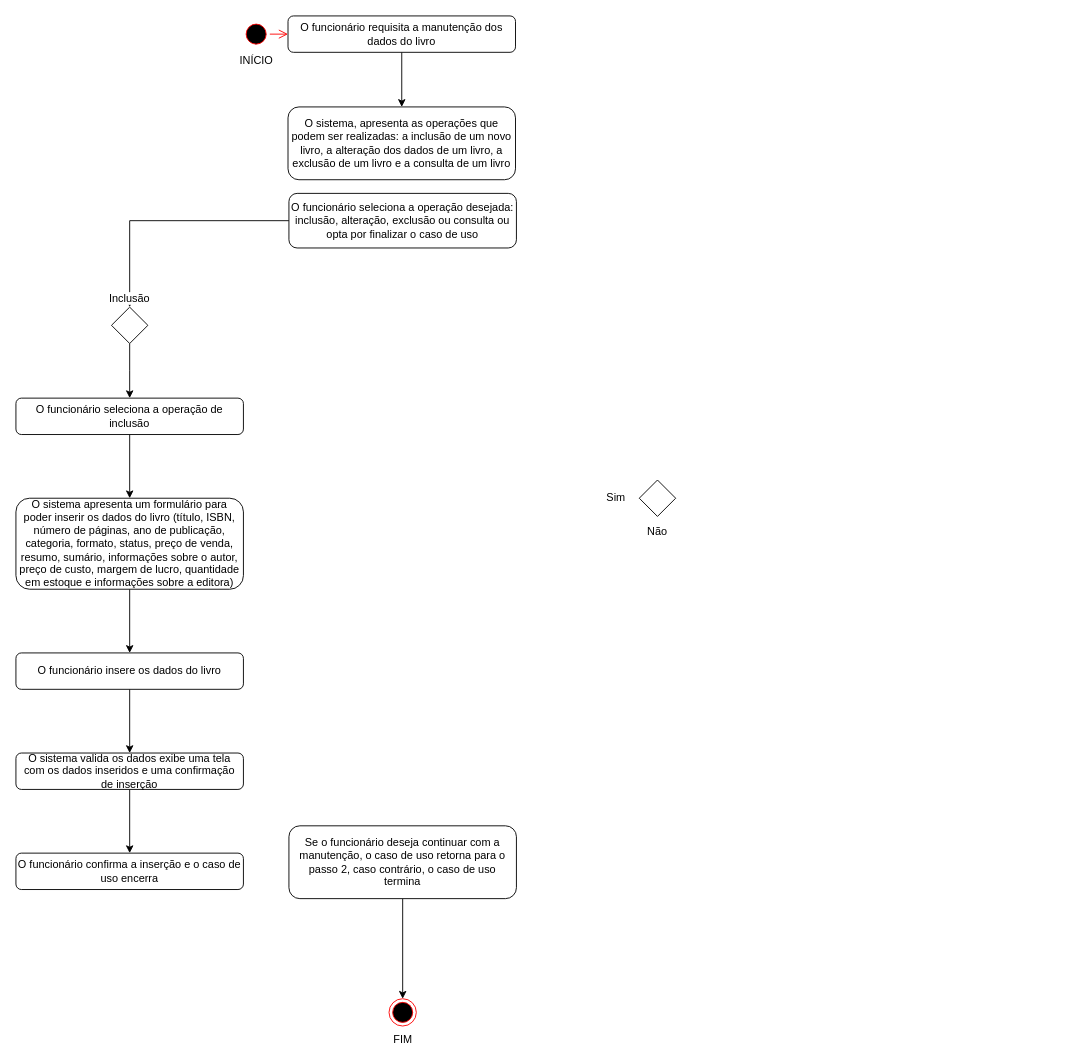
The draw.io diagram Diagramas de atividade/Caso de uso 05.drawio in d4vwdi/engenharia-software, before the edit. Source tidied: cells renumbered, new cells numbered last; positions are measured from the earlier drawing's top-left corner, leaving out a move shared by most shapes. Both pictures are drawn from the tidied source at 91%, with x=0, y=0 at pixel (15, 15).
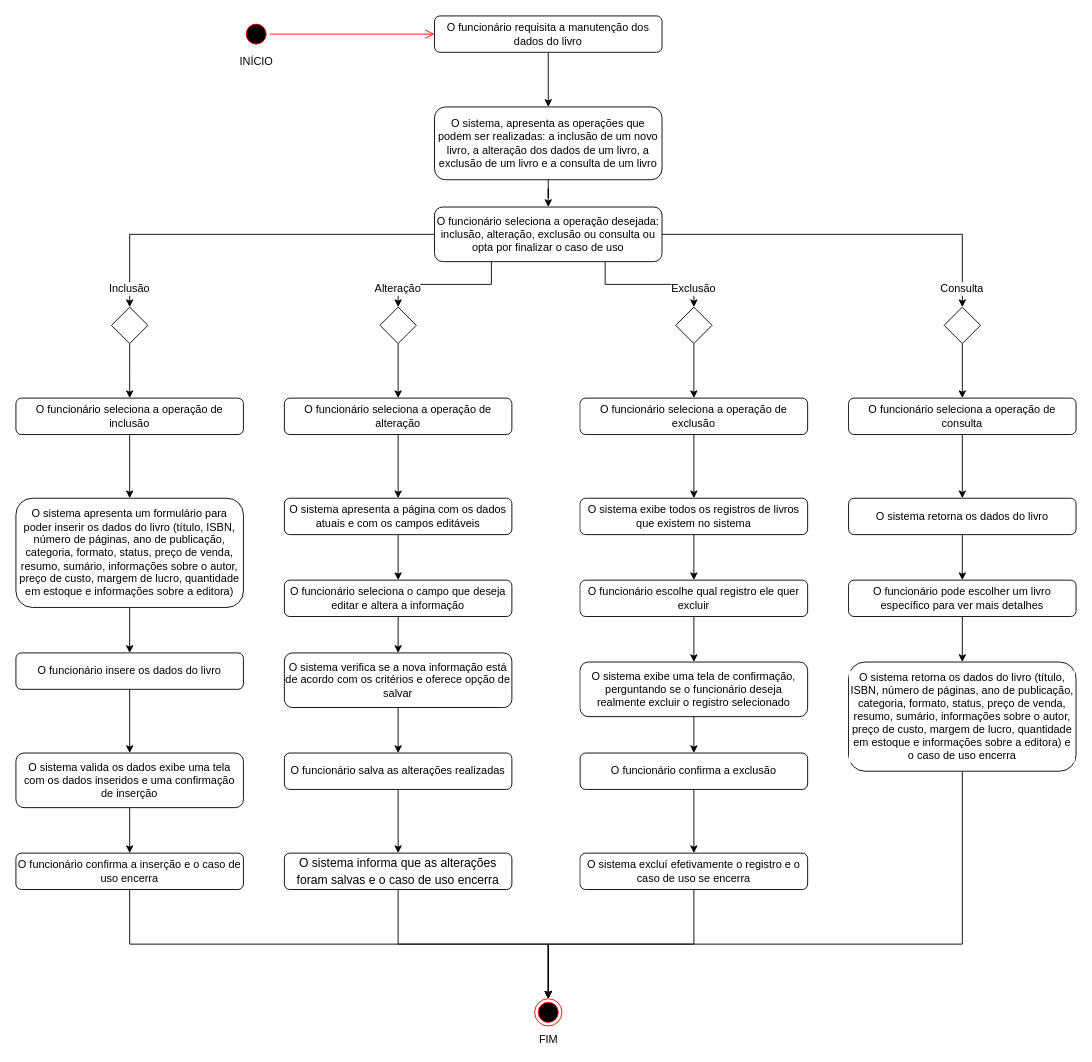
The same diagram, later.

Diff of the diagram source:
```diff
@@
-    <mxCell id="2" value="INÍCIO" style="ellipse;html=1;shape=startState;fillColor=#000000;strokeColor=#ff0000;labelPosition=center;verticalLabelPosition=bottom;align=center;verticalAlign=top;" parent="1" vertex="1">
+    <mxCell id="2" value="INÍCIO" style="ellipse;html=1;shape=startState;fillColor=#000000;strokeColor=#ff0000;labelPosition=center;verticalLabelPosition=bottom;align=center;verticalAlign=middle;" parent="1" vertex="1">
       <mxGeometry x="249" y="5" width="30" height="30" as="geometry" />
     </mxCell>
-    <mxCell id="3" style="edgeStyle=orthogonalEdgeStyle;html=1;verticalAlign=bottom;endArrow=open;endSize=8;strokeColor=#ff0000;rounded=0;entryX=0;entryY=0.5;entryDx=0;entryDy=0;" parent="1" edge="1" source="2" target="5">
+    <mxCell id="3" style="edgeStyle=orthogonalEdgeStyle;html=1;verticalAlign=middle;endArrow=open;endSize=8;strokeColor=#ff0000;rounded=0;entryX=0;entryY=0.5;entryDx=0;entryDy=0;align=center;" parent="1" edge="1" source="2" target="5">
       <mxGeometry relative="1" as="geometry" />
     </mxCell>
-    <mxCell id="4" style="edgeStyle=orthogonalEdgeStyle;rounded=0;jettySize=auto;html=1;" parent="1" edge="1" source="5" target="13">
+    <mxCell id="4" style="edgeStyle=orthogonalEdgeStyle;rounded=0;jettySize=auto;html=1;verticalAlign=middle;align=center;" parent="1" edge="1" source="5" target="13">
       <mxGeometry relative="1" as="geometry" />
     </mxCell>
-    <mxCell id="5" value="O funcionário requisita a manutenção dos dados do livro" style="rounded=1;whiteSpace=wrap;html=1;" parent="1" vertex="1">
-      <mxGeometry x="299" width="250" height="40" as="geometry" />
+    <mxCell id="5" value="O funcionário requisita a manutenção dos dados do livro" style="rounded=1;whiteSpace=wrap;html=1;verticalAlign=middle;align=center;" parent="1" vertex="1">
+      <mxGeometry x="460" width="250" height="40" as="geometry" />
     </mxCell>
-    <mxCell id="6" style="edgeStyle=orthogonalEdgeStyle;rounded=0;jettySize=auto;html=1;entryX=0.5;entryY=0;entryDx=0;entryDy=0;" parent="1" edge="1" source="7" target="15">
+    <mxCell id="6" style="edgeStyle=orthogonalEdgeStyle;rounded=0;jettySize=auto;html=1;entryX=0.5;entryY=0;entryDx=0;entryDy=0;verticalAlign=middle;align=center;" parent="1" edge="1" source="7" target="15">
       <mxGeometry relative="1" as="geometry" />
     </mxCell>
+    <mxCell id="25" style="edgeStyle=orthogonalEdgeStyle;rounded=0;jettySize=auto;html=1;exitX=0.25;exitY=1;exitDx=0;exitDy=0;verticalAlign=middle;align=center;" parent="1" edge="1" source="7" target="31">
+      <mxGeometry relative="1" as="geometry" />
+    </mxCell>
+    <mxCell id="26" style="edgeStyle=orthogonalEdgeStyle;rounded=0;jettySize=auto;html=1;exitX=0.75;exitY=1;exitDx=0;exitDy=0;entryX=0.5;entryY=0;entryDx=0;entryDy=0;verticalAlign=middle;align=center;" parent="1" edge="1" source="7" target="45">
+      <mxGeometry relative="1" as="geometry" />
+    </mxCell>
+    <mxCell id="27" style="edgeStyle=orthogonalEdgeStyle;rounded=0;jettySize=auto;html=1;entryX=0.5;entryY=0;entryDx=0;entryDy=0;" parent="1" edge="1" source="7" target="59">
+      <mxGeometry relative="1" as="geometry" />
+    </mxCell>
-    <mxCell id="7" value="O funcionário seleciona a operação desejada: inclusão, alteração, exclusão ou consulta ou opta por finalizar o caso de uso" style="rounded=1;whiteSpace=wrap;html=1;" parent="1" vertex="1">
-      <mxGeometry x="300" y="195" width="250" height="60" as="geometry" />
+    <mxCell id="7" value="O funcionário seleciona a operação desejada: inclusão, alteração, exclusão ou consulta ou opta por finalizar o caso de uso" style="rounded=1;whiteSpace=wrap;html=1;verticalAlign=middle;align=center;" parent="1" vertex="1">
+      <mxGeometry x="460" y="210" width="250" height="60" as="geometry" />
     </mxCell>
-    <mxCell id="8" style="edgeStyle=orthogonalEdgeStyle;rounded=0;jettySize=auto;html=1;" parent="1" edge="1" source="9" target="11">
-      <mxGeometry relative="1" as="geometry" />
-    </mxCell>
-    <mxCell id="9" value="Se o funcionário deseja continuar com a manutenção, o caso de uso retorna para o passo 2, caso contrário, o caso de uso termina" style="rounded=1;whiteSpace=wrap;html=1;" parent="1" vertex="1">
-      <mxGeometry x="300" y="890" width="250" height="80" as="geometry" />
-    </mxCell>
-    <mxCell id="10" value="Não&#10;" style="strokeWidth=1;shape=mxgraph.flowchart.decision;verticalAlign=top;labelPosition=center;verticalLabelPosition=bottom;align=center;spacing=5;labelBackgroundColor=default;strokeColor=default;shadow=0;" parent="1" vertex="1">
-      <mxGeometry x="685" y="510" width="40" height="40" as="geometry" />
-    </mxCell>
     <mxCell id="11" value="&lt;div&gt;FIM&lt;/div&gt;" style="ellipse;html=1;shape=endState;fillColor=#000000;strokeColor=#ff0000;align=center;verticalAlign=middle;labelPosition=center;verticalLabelPosition=bottom;" parent="1" vertex="1">
-      <mxGeometry x="410" y="1080" width="30" height="30" as="geometry" />
+      <mxGeometry x="570" y="1080" width="30" height="30" as="geometry" />
     </mxCell>
-    <mxCell id="12" value="Sim" style="text;html=1;strokeColor=none;fillColor=none;align=right;verticalAlign=middle;whiteSpace=wrap;rounded=0;labelBackgroundColor=default;spacing=5;fontSize=12;textDirection=ltr;labelPosition=left;verticalLabelPosition=middle;" parent="1" vertex="1">
-      <mxGeometry x="675" y="515" width="60" height="30" as="geometry" />
-    </mxCell>
+    <mxCell id="28" style="edgeStyle=orthogonalEdgeStyle;rounded=0;jettySize=auto;html=1;verticalAlign=middle;align=center;" parent="1" edge="1" source="13" target="7">
+      <mxGeometry relative="1" as="geometry" />
+    </mxCell>
-    <mxCell id="13" value="O sistema, apresenta as operações que podem ser realizadas: a inclusão de um novo livro, a alteração dos dados de um livro, a exclusão de um livro e a consulta de um livro" style="rounded=1;whiteSpace=wrap;html=1;" parent="1" vertex="1">
-      <mxGeometry x="299" y="100" width="250" height="80" as="geometry" />
+    <mxCell id="13" value="O sistema, apresenta as operações que podem ser realizadas: a inclusão de um novo livro, a alteração dos dados de um livro, a exclusão de um livro e a consulta de um livro" style="rounded=1;whiteSpace=wrap;html=1;verticalAlign=middle;align=center;" parent="1" vertex="1">
+      <mxGeometry x="460" y="100" width="250" height="80" as="geometry" />
     </mxCell>
-    <mxCell id="14" style="edgeStyle=orthogonalEdgeStyle;rounded=0;jettySize=auto;html=1;" parent="1" edge="1" source="15">
+    <mxCell id="14" style="edgeStyle=orthogonalEdgeStyle;rounded=0;jettySize=auto;html=1;verticalAlign=middle;align=center;" parent="1" edge="1" source="15">
       <mxGeometry relative="1" as="geometry">
         <mxPoint x="125" y="420" as="targetPoint" />
       </mxGeometry>
     </mxCell>
-    <mxCell id="15" value="Inclusão" style="rhombus;whiteSpace=wrap;html=1;labelPosition=center;verticalLabelPosition=top;align=center;verticalAlign=bottom;labelBackgroundColor=default;" parent="1" vertex="1">
+    <mxCell id="15" value="Inclusão" style="rhombus;whiteSpace=wrap;html=1;labelPosition=center;verticalLabelPosition=top;align=center;verticalAlign=middle;labelBackgroundColor=default;" parent="1" vertex="1">
       <mxGeometry x="105" y="320" width="40" height="40" as="geometry" />
     </mxCell>
-    <mxCell id="16" style="edgeStyle=orthogonalEdgeStyle;rounded=0;jettySize=auto;html=1;" parent="1" edge="1" source="17" target="19">
+    <mxCell id="16" style="edgeStyle=orthogonalEdgeStyle;rounded=0;jettySize=auto;html=1;verticalAlign=middle;align=center;" parent="1" edge="1" source="17" target="19">
       <mxGeometry relative="1" as="geometry" />
     </mxCell>
-    <mxCell id="17" value="O funcionário seleciona a operação de inclusão" style="rounded=1;whiteSpace=wrap;html=1;" parent="1" vertex="1">
+    <mxCell id="17" value="O funcionário seleciona a operação de inclusão" style="rounded=1;whiteSpace=wrap;html=1;verticalAlign=middle;align=center;" parent="1" vertex="1">
       <mxGeometry y="420" width="250" height="40" as="geometry" />
     </mxCell>
-    <mxCell id="18" style="edgeStyle=orthogonalEdgeStyle;rounded=0;jettySize=auto;html=1;" parent="1" edge="1" source="19" target="21">
+    <mxCell id="18" style="edgeStyle=orthogonalEdgeStyle;rounded=0;jettySize=auto;html=1;verticalAlign=middle;align=center;" parent="1" edge="1" source="19" target="21">
       <mxGeometry relative="1" as="geometry" />
     </mxCell>
-    <mxCell id="19" value="O sistema apresenta um formulário para poder inserir os dados do livro (título, ISBN, número de páginas, ano de publicação, categoria, formato, status, preço de venda, resumo, sumário, informações sobre o autor, preço de custo, margem de lucro, quantidade em estoque e informações sobre a editora)" style="rounded=1;whiteSpace=wrap;html=1;" parent="1" vertex="1">
-      <mxGeometry y="530" width="250" height="100" as="geometry" />
+    <mxCell id="19" value="O sistema apresenta um formulário para poder inserir os dados do livro (título, ISBN, número de páginas, ano de publicação, categoria, formato, status, preço de venda, resumo, sumário, informações sobre o autor, preço de custo, margem de lucro, quantidade em estoque e informações sobre a editora)" style="rounded=1;whiteSpace=wrap;html=1;verticalAlign=middle;align=center;" parent="1" vertex="1">
+      <mxGeometry y="530" width="250" height="120" as="geometry" />
     </mxCell>
-    <mxCell id="20" style="edgeStyle=orthogonalEdgeStyle;rounded=0;jettySize=auto;html=1;" parent="1" edge="1" source="21" target="23">
+    <mxCell id="20" style="edgeStyle=orthogonalEdgeStyle;rounded=0;jettySize=auto;html=1;verticalAlign=middle;align=center;" parent="1" edge="1" source="21" target="23">
       <mxGeometry relative="1" as="geometry" />
     </mxCell>
-    <mxCell id="21" value="O funcionário insere os dados do livro" style="rounded=1;whiteSpace=wrap;html=1;" parent="1" vertex="1">
+    <mxCell id="21" value="O funcionário insere os dados do livro" style="rounded=1;whiteSpace=wrap;html=1;verticalAlign=middle;align=center;" parent="1" vertex="1">
       <mxGeometry y="700" width="250" height="40" as="geometry" />
     </mxCell>
-    <mxCell id="22" style="edgeStyle=orthogonalEdgeStyle;rounded=0;jettySize=auto;html=1;" parent="1" edge="1" source="23" target="24">
+    <mxCell id="22" style="edgeStyle=orthogonalEdgeStyle;rounded=0;jettySize=auto;html=1;verticalAlign=middle;align=center;" parent="1" edge="1" source="23" target="24">
       <mxGeometry relative="1" as="geometry" />
     </mxCell>
-    <mxCell id="23" value="O sistema valida os dados exibe uma tela com os dados inseridos e uma confirmação de inserção" style="rounded=1;whiteSpace=wrap;html=1;" parent="1" vertex="1">
-      <mxGeometry y="810" width="250" height="40" as="geometry" />
+    <mxCell id="23" value="O sistema valida os dados exibe uma tela com os dados inseridos e uma confirmação de inserção" style="rounded=1;whiteSpace=wrap;html=1;verticalAlign=middle;align=center;" parent="1" vertex="1">
+      <mxGeometry y="810" width="250" height="60" as="geometry" />
     </mxCell>
+    <mxCell id="29" style="edgeStyle=orthogonalEdgeStyle;rounded=0;jettySize=auto;html=1;exitX=0.5;exitY=1;exitDx=0;exitDy=0;" parent="1" edge="1" source="24" target="11">
+      <mxGeometry relative="1" as="geometry" />
+    </mxCell>
-    <mxCell id="24" value="O funcionário confirma a inserção e o caso de uso encerra" style="rounded=1;whiteSpace=wrap;html=1;" parent="1" vertex="1">
+    <mxCell id="24" value="O funcionário confirma a inserção e o caso de uso encerra" style="rounded=1;whiteSpace=wrap;html=1;verticalAlign=middle;align=center;" parent="1" vertex="1">
       <mxGeometry y="920" width="250" height="40" as="geometry" />
     </mxCell>
+    <mxCell id="30" style="edgeStyle=orthogonalEdgeStyle;rounded=0;jettySize=auto;html=1;verticalAlign=middle;align=center;" parent="1" edge="1" source="31" target="33">
+      <mxGeometry relative="1" as="geometry" />
+    </mxCell>
+    <mxCell id="31" value="Alteração" style="rhombus;whiteSpace=wrap;html=1;labelPosition=center;verticalLabelPosition=top;align=center;verticalAlign=middle;labelBackgroundColor=default;" parent="1" vertex="1">
+      <mxGeometry x="400" y="320" width="40" height="40" as="geometry" />
+    </mxCell>
+    <mxCell id="32" style="edgeStyle=orthogonalEdgeStyle;rounded=0;jettySize=auto;html=1;verticalAlign=middle;align=center;" parent="1" edge="1" source="33" target="35">
+      <mxGeometry relative="1" as="geometry" />
+    </mxCell>
+    <mxCell id="33" value="O funcionário seleciona a operação de alteração" style="rounded=1;whiteSpace=wrap;html=1;verticalAlign=middle;align=center;" parent="1" vertex="1">
+      <mxGeometry x="295" y="420" width="250" height="40" as="geometry" />
+    </mxCell>
+    <mxCell id="34" style="edgeStyle=orthogonalEdgeStyle;rounded=0;jettySize=auto;html=1;verticalAlign=middle;align=center;" parent="1" edge="1" source="35" target="37">
+      <mxGeometry relative="1" as="geometry" />
+    </mxCell>
+    <mxCell id="35" value="O sistema apresenta a página com os dados atuais e com os campos editáveis" style="rounded=1;whiteSpace=wrap;html=1;verticalAlign=middle;align=center;" parent="1" vertex="1">
+      <mxGeometry x="295" y="530" width="250" height="40" as="geometry" />
+    </mxCell>
+    <mxCell id="36" style="edgeStyle=orthogonalEdgeStyle;rounded=0;jettySize=auto;html=1;verticalAlign=middle;align=center;" parent="1" edge="1" source="37" target="39">
+      <mxGeometry relative="1" as="geometry" />
+    </mxCell>
+    <mxCell id="37" value="O funcionário seleciona o campo que deseja editar e altera a informação" style="rounded=1;whiteSpace=wrap;html=1;verticalAlign=middle;align=center;" parent="1" vertex="1">
+      <mxGeometry x="295" y="620" width="250" height="40" as="geometry" />
+    </mxCell>
+    <mxCell id="38" style="edgeStyle=orthogonalEdgeStyle;rounded=0;jettySize=auto;html=1;verticalAlign=middle;align=center;" parent="1" edge="1" source="39" target="41">
+      <mxGeometry relative="1" as="geometry" />
+    </mxCell>
+    <mxCell id="39" value="O sistema verifica se a nova informação está de acordo com os critérios e oferece opção de salvar" style="rounded=1;whiteSpace=wrap;html=1;verticalAlign=middle;align=center;" parent="1" vertex="1">
+      <mxGeometry x="295" y="700" width="250" height="60" as="geometry" />
+    </mxCell>
+    <mxCell id="40" style="edgeStyle=orthogonalEdgeStyle;rounded=0;jettySize=auto;html=1;verticalAlign=middle;align=center;" parent="1" edge="1" source="41" target="43">
+      <mxGeometry relative="1" as="geometry" />
+    </mxCell>
+    <mxCell id="41" value="O funcionário salva as alterações realizadas" style="whiteSpace=wrap;html=1;rounded=1;verticalAlign=middle;align=center;" parent="1" vertex="1">
+      <mxGeometry x="295" y="810" width="250" height="40" as="geometry" />
+    </mxCell>
+    <mxCell id="42" style="edgeStyle=orthogonalEdgeStyle;rounded=0;jettySize=auto;html=1;exitX=0.5;exitY=1;exitDx=0;exitDy=0;" parent="1" edge="1" source="43" target="11">
+      <mxGeometry relative="1" as="geometry" />
+    </mxCell>
+    <mxCell id="43" value="&lt;span class=&quot;TextRun SCXW80983884 BCX2&quot; style=&quot;font-size: 10pt; line-height: 17.2667px; font-family: Arial, &amp;quot;Arial_EmbeddedFont&amp;quot;, &amp;quot;Arial_MSFontService&amp;quot;, sans-serif;&quot; lang=&quot;PT-BR&quot;&gt;&lt;span class=&quot;NormalTextRun SCXW80983884 BCX2&quot;&gt;O sistema informa que as alterações foram salvas e &lt;/span&gt;&lt;span class=&quot;NormalTextRun SCXW80983884 BCX2&quot;&gt;o caso de uso encerra&lt;/span&gt;&lt;/span&gt;" style="rounded=1;whiteSpace=wrap;html=1;verticalAlign=middle;align=center;" parent="1" vertex="1">
+      <mxGeometry x="295" y="920" width="250" height="40" as="geometry" />
+    </mxCell>
+    <mxCell id="44" style="edgeStyle=orthogonalEdgeStyle;rounded=0;jettySize=auto;html=1;verticalAlign=middle;align=center;" parent="1" edge="1" source="45" target="47">
+      <mxGeometry relative="1" as="geometry" />
+    </mxCell>
+    <mxCell id="45" value="Exclusão" style="rhombus;whiteSpace=wrap;html=1;labelPosition=center;verticalLabelPosition=top;align=center;verticalAlign=middle;labelBackgroundColor=default;" parent="1" vertex="1">
+      <mxGeometry x="725" y="320" width="40" height="40" as="geometry" />
+    </mxCell>
+    <mxCell id="46" style="edgeStyle=orthogonalEdgeStyle;rounded=0;jettySize=auto;html=1;verticalAlign=middle;align=center;" parent="1" edge="1" source="47" target="49">
+      <mxGeometry relative="1" as="geometry" />
+    </mxCell>
+    <mxCell id="47" value="O funcionário seleciona a operação de exclusão" style="rounded=1;whiteSpace=wrap;html=1;verticalAlign=middle;labelBackgroundColor=default;align=center;" parent="1" vertex="1">
+      <mxGeometry x="620" y="420" width="250" height="40" as="geometry" />
+    </mxCell>
+    <mxCell id="48" style="edgeStyle=orthogonalEdgeStyle;rounded=0;jettySize=auto;html=1;verticalAlign=middle;align=center;" parent="1" edge="1" source="49" target="51">
+      <mxGeometry relative="1" as="geometry" />
+    </mxCell>
+    <mxCell id="49" value="O sistema exibe todos os registros de livros que existem no sistema" style="rounded=1;whiteSpace=wrap;html=1;verticalAlign=middle;labelBackgroundColor=default;align=center;" parent="1" vertex="1">
+      <mxGeometry x="620" y="530" width="250" height="40" as="geometry" />
+    </mxCell>
+    <mxCell id="50" style="edgeStyle=orthogonalEdgeStyle;rounded=0;jettySize=auto;html=1;verticalAlign=middle;align=center;" parent="1" edge="1" source="51" target="53">
+      <mxGeometry relative="1" as="geometry" />
+    </mxCell>
+    <mxCell id="51" value="O funcionário escolhe qual registro ele quer excluir" style="whiteSpace=wrap;html=1;verticalAlign=middle;rounded=1;labelBackgroundColor=default;align=center;" parent="1" vertex="1">
+      <mxGeometry x="620" y="620" width="250" height="40" as="geometry" />
+    </mxCell>
+    <mxCell id="52" style="edgeStyle=orthogonalEdgeStyle;rounded=0;jettySize=auto;html=1;" parent="1" edge="1" source="53" target="55">
+      <mxGeometry relative="1" as="geometry" />
+    </mxCell>
+    <mxCell id="53" value="O sistema exibe uma tela de confirmação, perguntando se o funcionário deseja realmente excluir o registro selecionado" style="whiteSpace=wrap;html=1;verticalAlign=middle;rounded=1;labelBackgroundColor=default;align=center;" parent="1" vertex="1">
+      <mxGeometry x="620" y="710" width="250" height="60" as="geometry" />
+    </mxCell>
+    <mxCell id="54" style="edgeStyle=orthogonalEdgeStyle;rounded=0;jettySize=auto;html=1;" parent="1" edge="1" source="55" target="57">
+      <mxGeometry relative="1" as="geometry" />
+    </mxCell>
+    <mxCell id="55" value="O funcionário confirma a exclusão" style="whiteSpace=wrap;html=1;rounded=1;labelBackgroundColor=default;" parent="1" vertex="1">
+      <mxGeometry x="620" y="810" width="250" height="40" as="geometry" />
+    </mxCell>
+    <mxCell id="56" style="edgeStyle=orthogonalEdgeStyle;rounded=0;jettySize=auto;html=1;exitX=0.5;exitY=1;exitDx=0;exitDy=0;" parent="1" edge="1" source="57" target="11">
+      <mxGeometry relative="1" as="geometry" />
+    </mxCell>
+    <mxCell id="57" value="O sistema excluí efetivamente o registro e o caso de uso se encerra" style="whiteSpace=wrap;html=1;rounded=1;labelBackgroundColor=default;" parent="1" vertex="1">
+      <mxGeometry x="620" y="920" width="250" height="40" as="geometry" />
+    </mxCell>
+    <mxCell id="58" style="edgeStyle=orthogonalEdgeStyle;rounded=0;jettySize=auto;html=1;" parent="1" edge="1" source="59" target="61">
+      <mxGeometry relative="1" as="geometry" />
+    </mxCell>
+    <mxCell id="59" value="Consulta" style="rhombus;whiteSpace=wrap;html=1;labelPosition=center;verticalLabelPosition=top;align=center;verticalAlign=middle;labelBackgroundColor=default;" parent="1" vertex="1">
+      <mxGeometry x="1020" y="320" width="40" height="40" as="geometry" />
+    </mxCell>
+    <mxCell id="60" style="edgeStyle=orthogonalEdgeStyle;rounded=0;jettySize=auto;html=1;" parent="1" edge="1" source="61" target="63">
+      <mxGeometry relative="1" as="geometry" />
+    </mxCell>
+    <mxCell id="61" value="O funcionário seleciona a operação de consulta" style="rounded=1;whiteSpace=wrap;html=1;labelBackgroundColor=default;" parent="1" vertex="1">
+      <mxGeometry x="915" y="420" width="250" height="40" as="geometry" />
+    </mxCell>
+    <mxCell id="62" style="edgeStyle=orthogonalEdgeStyle;rounded=0;jettySize=auto;html=1;" parent="1" edge="1" source="63" target="65">
+      <mxGeometry relative="1" as="geometry" />
+    </mxCell>
+    <mxCell id="63" value="O sistema retorna os dados do livro" style="whiteSpace=wrap;html=1;rounded=1;labelBackgroundColor=default;" parent="1" vertex="1">
+      <mxGeometry x="915" y="530" width="250" height="40" as="geometry" />
+    </mxCell>
+    <mxCell id="64" style="edgeStyle=orthogonalEdgeStyle;rounded=0;jettySize=auto;html=1;" parent="1" edge="1" source="65" target="67">
+      <mxGeometry relative="1" as="geometry" />
+    </mxCell>
+    <mxCell id="65" value="O funcionário pode escolher um livro específico para ver mais detalhes" style="whiteSpace=wrap;html=1;rounded=1;labelBackgroundColor=default;" parent="1" vertex="1">
+      <mxGeometry x="915" y="620" width="250" height="40" as="geometry" />
+    </mxCell>
+    <mxCell id="66" style="edgeStyle=orthogonalEdgeStyle;rounded=0;jettySize=auto;html=1;entryX=0.5;entryY=0;entryDx=0;entryDy=0;exitX=0.5;exitY=1;exitDx=0;exitDy=0;" parent="1" edge="1" source="67" target="11">
+      <mxGeometry relative="1" as="geometry">
+        <Array as="points">
+          <mxPoint x="1040" y="1020" />
+          <mxPoint x="585" y="1020" />
+        </Array>
+      </mxGeometry>
+    </mxCell>
+    <mxCell id="67" value="O sistema retorna os dados do livro (título, ISBN, número de páginas, ano de publicação, categoria, formato, status, preço de venda, resumo, sumário, informações sobre o autor, preço de custo, margem de lucro, quantidade em estoque e informações sobre a editora) e o caso de uso encerra" style="whiteSpace=wrap;html=1;rounded=1;labelBackgroundColor=default;" parent="1" vertex="1">
+      <mxGeometry x="915" y="710" width="250" height="120" as="geometry" />
+    </mxCell>
```
